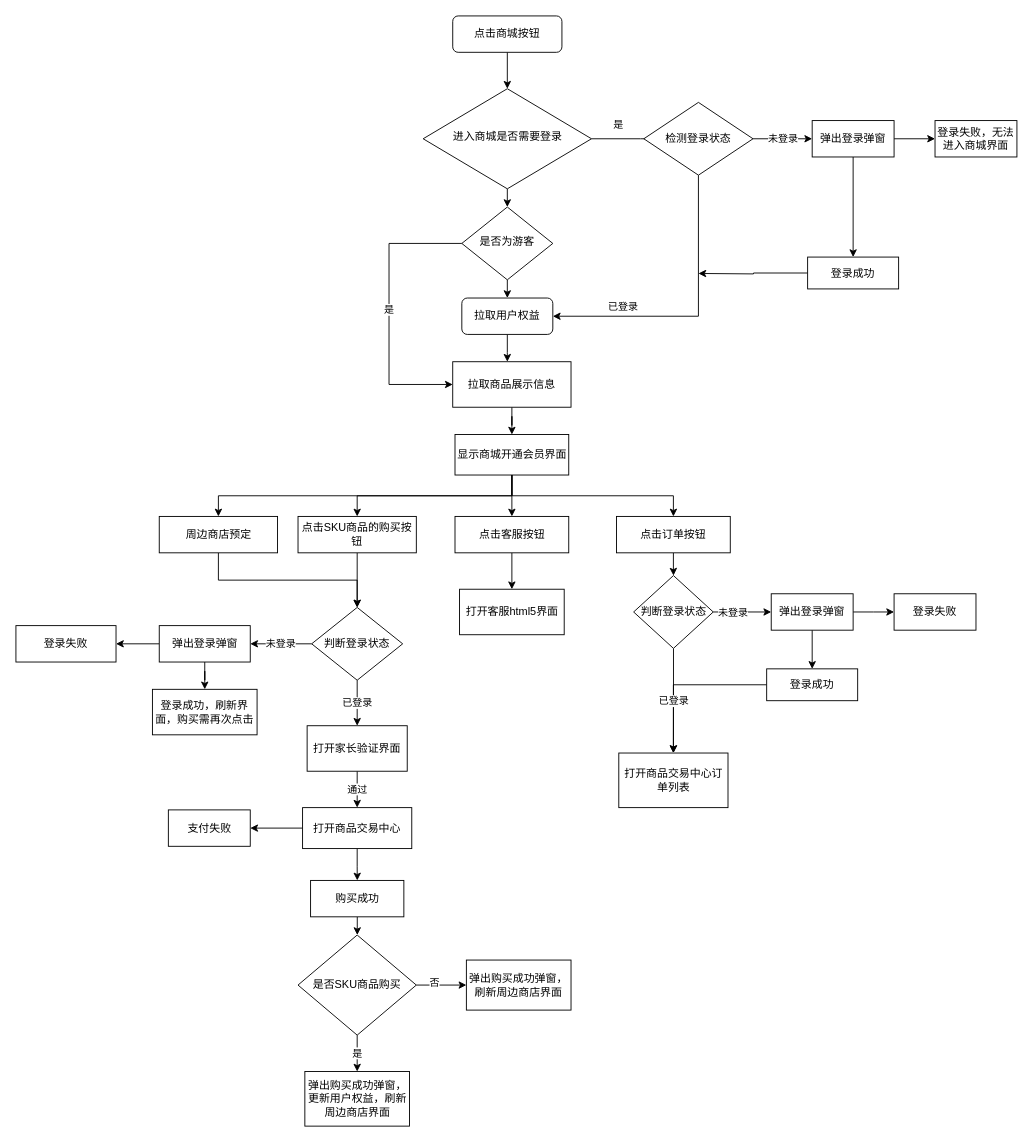
NicoleXiao/UnityUGUI keeps this draw.io diagram as Untitled Diagram.drawio. Above is the earlier version. Source tidied: cells renumbered, new cells numbered last; positions are measured from the earlier drawing's top-left corner, leaving out a move shared by most shapes. Both pictures are drawn from the tidied source at 91%, with x=0, y=0 at pixel (15, 15).
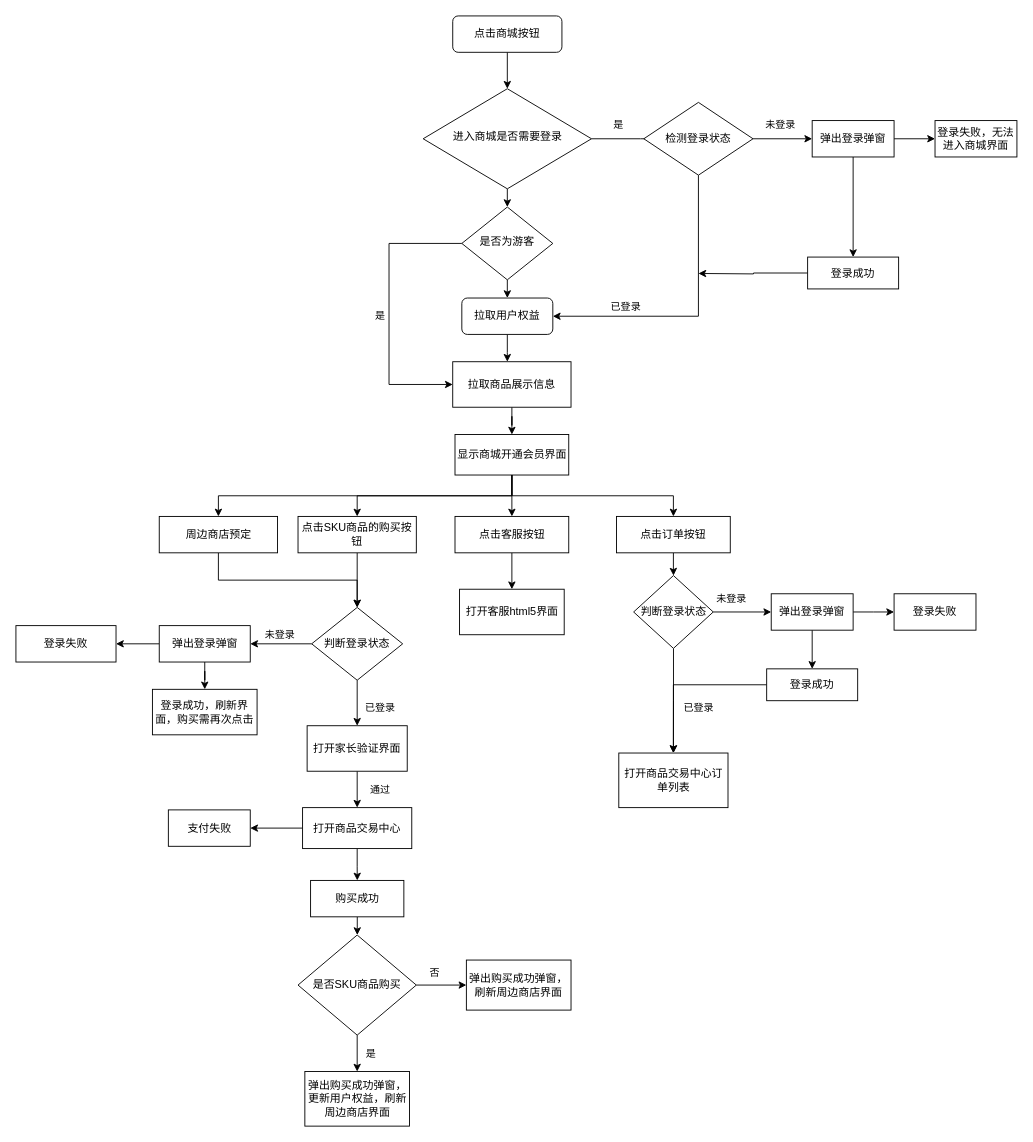
The same diagram, later.

The change refers to these unchanged cells:
```xml
<mxCell id="9" value="是否为游客" style="rhombus;whiteSpace=wrap;html=1;shadow=0;fontFamily=Helvetica;fontSize=12;align=center;strokeWidth=1;spacing=6;spacingTop=-4;" parent="1" vertex="1">
  <mxGeometry x="490" y="210" width="100" height="80" as="geometry" />
</mxCell>
<mxCell id="11" value="拉取用户权益" style="rounded=1;whiteSpace=wrap;html=1;fontSize=12;glass=0;strokeWidth=1;shadow=0;" parent="1" vertex="1">
  <mxGeometry x="490" y="310" width="100" height="40" as="geometry" />
</mxCell>
<mxCell id="14" value="弹出登录弹窗" style="whiteSpace=wrap;html=1;" parent="1" vertex="1">
  <mxGeometry x="875" y="115" width="90" height="40" as="geometry" />
</mxCell>
<mxCell id="17" value="检测登录状态" style="rhombus;whiteSpace=wrap;html=1;" parent="1" vertex="1">
  <mxGeometry x="690" y="95" width="120" height="80" as="geometry" />
</mxCell>
<mxCell id="22" value="拉取商品展示信息" style="whiteSpace=wrap;html=1;" parent="1" vertex="1">
  <mxGeometry x="480" y="380" width="130" height="50" as="geometry" />
</mxCell>
<mxCell id="27" value="判断登录状态" style="rhombus;whiteSpace=wrap;html=1;" parent="1" vertex="1">
  <mxGeometry x="325" y="650" width="100" height="80" as="geometry" />
</mxCell>
<mxCell id="29" value="打开家长验证界面" style="whiteSpace=wrap;html=1;" parent="1" vertex="1">
  <mxGeometry x="320" y="780" width="110" height="50" as="geometry" />
</mxCell>
<mxCell id="32" value="打开商品交易中心" style="whiteSpace=wrap;html=1;" parent="1" vertex="1">
  <mxGeometry x="315" y="870" width="120" height="45" as="geometry" />
</mxCell>
<mxCell id="39" value="弹出登录弹窗" style="whiteSpace=wrap;html=1;" parent="1" vertex="1">
  <mxGeometry x="157.5" y="670" width="100" height="40" as="geometry" />
</mxCell>
<mxCell id="55" style="edgeStyle=orthogonalEdgeStyle;rounded=0;jettySize=auto;html=1;" parent="1" edge="1" source="58" target="51">
  <mxGeometry relative="1" as="geometry" />
</mxCell>
<mxCell id="58" value="判断登录状态" style="rhombus;whiteSpace=wrap;html=1;" parent="1" vertex="1">
  <mxGeometry x="678.8" y="615" width="87.5" height="80" as="geometry" />
</mxCell>
<mxCell id="60" value="打开商品交易中心订单列表" style="whiteSpace=wrap;html=1;" parent="1" vertex="1">
  <mxGeometry x="662.5" y="810" width="120" height="60" as="geometry" />
</mxCell>
<mxCell id="64" style="edgeStyle=orthogonalEdgeStyle;rounded=0;jettySize=auto;html=1;" parent="1" edge="1" source="67" target="68">
  <mxGeometry relative="1" as="geometry" />
</mxCell>
<mxCell id="67" value="是否SKU商品购买" style="rhombus;whiteSpace=wrap;html=1;" parent="1" vertex="1">
  <mxGeometry x="310" y="1010" width="130" height="110" as="geometry" />
</mxCell>
<mxCell id="69" value="弹出购买成功弹窗，更新用户权益，刷新周边商店界面" style="whiteSpace=wrap;html=1;" parent="1" vertex="1">
  <mxGeometry x="317.5" y="1160" width="115" height="60" as="geometry" />
</mxCell>
```

The edit, as a diff of the source:
```diff
@@
-    <mxCell id="7" value="是" style="edgeStyle=orthogonalEdgeStyle;rounded=0;jettySize=auto;html=1;entryX=0;entryY=0.5;entryDx=0;entryDy=0;" parent="1" edge="1" source="9" target="22">
-      <mxGeometry relative="1" as="geometry">
+    <mxCell id="7" value="是" style="edgeStyle=orthogonalEdgeStyle;rounded=0;jettySize=auto;html=1;entryX=0;entryY=0.5;entryDx=0;entryDy=0;labelBackgroundColor=none;" parent="1" edge="1" source="9" target="22">
+      <mxGeometry x="0.05" y="-10" relative="1" as="geometry">
         <Array as="points">
           <mxPoint x="410" y="250" />
           <mxPoint x="410" y="405" />
         </Array>
       </mxGeometry>
     </mxCell>
@@
+    <mxCell id="16" value="已登录" style="edgeStyle=orthogonalEdgeStyle;rounded=0;jettySize=auto;html=1;exitX=0.5;exitY=1;exitDx=0;exitDy=0;entryX=1;entryY=0.5;entryDx=0;entryDy=0;labelBackgroundColor=none;" parent="1" edge="1" source="17" target="11">
+      <mxGeometry x="0.49" y="-10" relative="1" as="geometry">
+        <Array as="points">
+          <mxPoint x="750" y="330" />
+        </Array>
+      </mxGeometry>
+    </mxCell>
-    <mxCell id="15" value="未登录" style="edgeStyle=orthogonalEdgeStyle;rounded=0;jettySize=auto;html=1;" parent="1" edge="1" source="17" target="14">
-      <mxGeometry relative="1" as="geometry" />
+    <mxCell id="15" value="未登录" style="edgeStyle=orthogonalEdgeStyle;rounded=0;jettySize=auto;html=1;labelBackgroundColor=none;" parent="1" edge="1" source="17" target="14">
+      <mxGeometry x="-0.08" y="15" relative="1" as="geometry" />
     </mxCell>
-    <mxCell id="16" value="已登录" style="edgeStyle=orthogonalEdgeStyle;rounded=0;jettySize=auto;html=1;exitX=0.5;exitY=1;exitDx=0;exitDy=0;entryX=1;entryY=0.5;entryDx=0;entryDy=0;" parent="1" edge="1" source="17" target="11">
-      <mxGeometry x="0.51" y="-10" relative="1" as="geometry">
-        <Array as="points">
-          <mxPoint x="750" y="330" />
-        </Array>
-      </mxGeometry>
-    </mxCell>
@@
-    <mxCell id="25" value="已登录" style="edgeStyle=orthogonalEdgeStyle;rounded=0;jettySize=auto;html=1;" parent="1" edge="1" source="27" target="29">
-      <mxGeometry relative="1" as="geometry">
+    <mxCell id="25" value="已登录" style="edgeStyle=orthogonalEdgeStyle;rounded=0;jettySize=auto;html=1;labelBackgroundColor=none;verticalAlign=middle;" parent="1" edge="1" source="27" target="29">
+      <mxGeometry x="0.2" y="25" relative="1" as="geometry">
         <Array as="points">
           <mxPoint x="375" y="790" />
           <mxPoint x="375" y="790" />
         </Array>
       </mxGeometry>
     </mxCell>
-    <mxCell id="26" value="未登录" style="edgeStyle=orthogonalEdgeStyle;rounded=0;jettySize=auto;html=1;" parent="1" edge="1" source="27" target="39">
-      <mxGeometry relative="1" as="geometry" />
+    <mxCell id="26" value="未登录" style="edgeStyle=orthogonalEdgeStyle;rounded=0;jettySize=auto;html=1;labelBackgroundColor=none;" parent="1" edge="1" source="27" target="39">
+      <mxGeometry x="0.04" y="-10" relative="1" as="geometry" />
     </mxCell>
@@
-    <mxCell id="28" value="通过" style="edgeStyle=orthogonalEdgeStyle;rounded=0;jettySize=auto;html=1;" parent="1" edge="1" source="29" target="32">
-      <mxGeometry relative="1" as="geometry" />
+    <mxCell id="28" value="通过" style="edgeStyle=orthogonalEdgeStyle;rounded=0;jettySize=auto;html=1;labelBackgroundColor=none;" parent="1" edge="1" source="29" target="32">
+      <mxGeometry y="25" relative="1" as="geometry" />
     </mxCell>
@@
-    <mxCell id="56" value="未登录" style="edgeLabel;html=1;align=center;verticalAlign=middle;" parent="55" vertex="1">
-      <mxGeometry x="-0.34" relative="1" as="geometry" />
+    <mxCell id="56" value="未登录" style="edgeLabel;html=1;align=center;verticalAlign=middle;labelBackgroundColor=none;" parent="55" vertex="1">
+      <mxGeometry x="-0.34" relative="1" as="geometry">
+        <mxPoint x="-2" y="-15" as="offset" />
+      </mxGeometry>
     </mxCell>
-    <mxCell id="57" value="已登录" style="edgeStyle=orthogonalEdgeStyle;rounded=0;jettySize=auto;html=1;" parent="1" edge="1" source="58" target="60">
-      <mxGeometry relative="1" as="geometry" />
+    <mxCell id="57" value="已登录" style="edgeStyle=orthogonalEdgeStyle;rounded=0;jettySize=auto;html=1;labelBackgroundColor=none;verticalAlign=middle;" parent="1" edge="1" source="58" target="60">
+      <mxGeometry x="0.13" y="28" relative="1" as="geometry">
+        <mxPoint x="-1" as="offset" />
+      </mxGeometry>
     </mxCell>
@@
-    <mxCell id="65" value="否" style="edgeLabel;html=1;align=center;verticalAlign=middle;" parent="64" vertex="1">
-      <mxGeometry x="-0.32" y="3" relative="1" as="geometry" />
+    <mxCell id="65" value="否" style="edgeLabel;html=1;align=center;verticalAlign=middle;labelBackgroundColor=none;" parent="64" vertex="1">
+      <mxGeometry x="-0.32" y="3" relative="1" as="geometry">
+        <mxPoint y="-12" as="offset" />
+      </mxGeometry>
     </mxCell>
-    <mxCell id="66" value="是" style="edgeStyle=orthogonalEdgeStyle;rounded=0;jettySize=auto;html=1;" parent="1" edge="1" source="67" target="69">
-      <mxGeometry relative="1" as="geometry" />
+    <mxCell id="66" value="是" style="edgeStyle=orthogonalEdgeStyle;rounded=0;jettySize=auto;html=1;labelBackgroundColor=none;" parent="1" edge="1" source="67" target="69">
+      <mxGeometry y="15" relative="1" as="geometry" />
     </mxCell>
```
